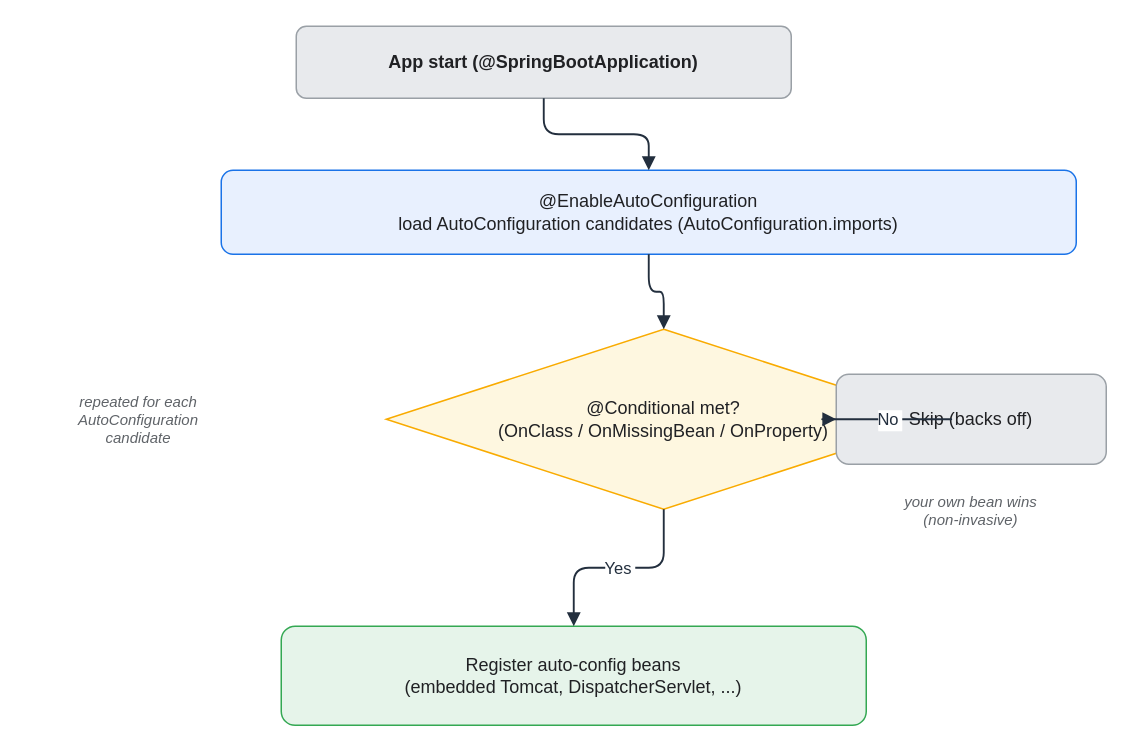
Before: assets/img/spring/spring-07-autoconfiguration-flow.drawio in KKamJi98/kkamji98.github.io, a draw.io diagram. Source tidied: cells renumbered, new cells numbered last; positions are measured from the earlier drawing's top-left corner, leaving out a move shared by most shapes. Both pictures are drawn from the tidied source at 150%, with x=0, y=0 at pixel (26, 26).
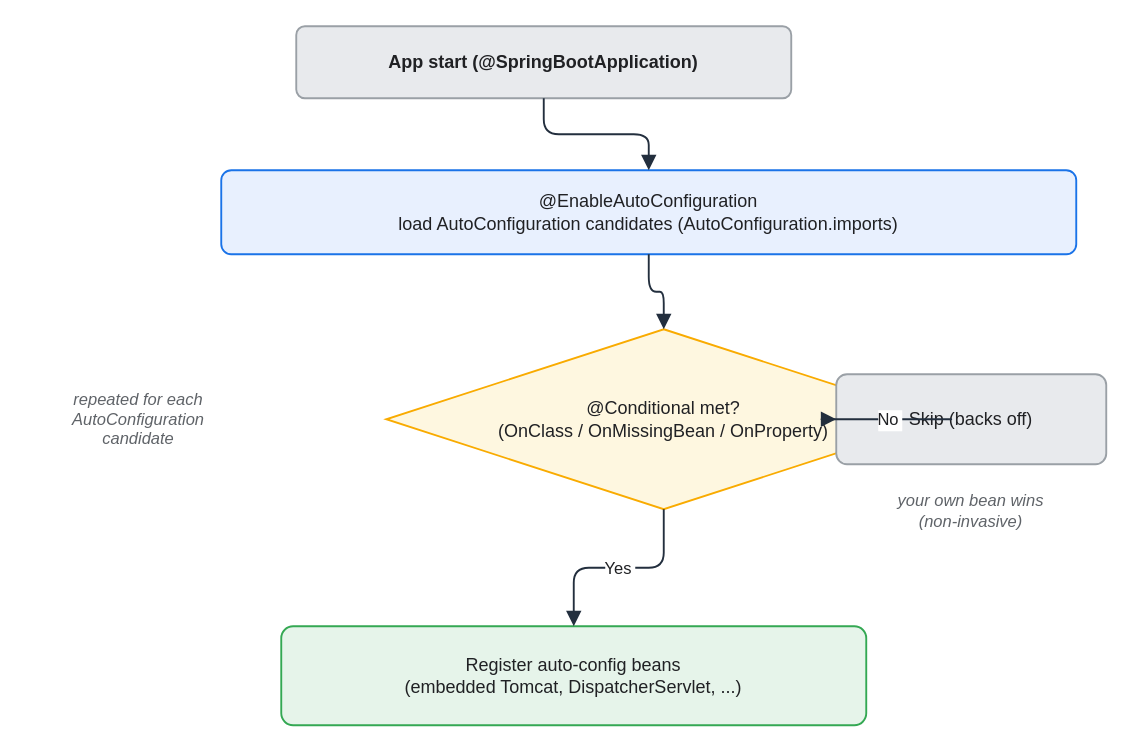
The same diagram, later.

The edit, as a diff of the source:
```diff
@@
 <mxGraphModel background="#FFFFFF">
   <root>
     <mxCell id="0" />
     <mxCell id="1" parent="0" />
-    <mxCell id="2" value="App start (@SpringBootApplication)" style="rounded=1;whiteSpace=wrap;html=0;arcSize=14;shadow=0;fillColor=#E8EAED;strokeColor=#9AA0A6;fontColor=#202124;fontStyle=1;" parent="1" vertex="1">
+    <mxCell id="2" value="App start (@SpringBootApplication)" style="rounded=1;whiteSpace=wrap;html=0;arcSize=12;shadow=0;fillColor=#E8EAED;strokeColor=#9AA0A6;fontColor=#202124;fontStyle=1;strokeWidth=1.25;" parent="1" vertex="1">
       <mxGeometry x="180" width="330" height="48" as="geometry" />
     </mxCell>
-    <mxCell id="3" value="@EnableAutoConfiguration&#10;load AutoConfiguration candidates (AutoConfiguration.imports)" style="rounded=1;whiteSpace=wrap;html=0;arcSize=14;shadow=0;fillColor=#E8F0FE;strokeColor=#1A73E8;fontColor=#202124;" parent="1" vertex="1">
+    <mxCell id="3" value="@EnableAutoConfiguration&#10;load AutoConfiguration candidates (AutoConfiguration.imports)" style="rounded=1;whiteSpace=wrap;html=0;arcSize=12;shadow=0;fillColor=#E8F0FE;strokeColor=#1A73E8;fontColor=#202124;strokeWidth=1.25;" parent="1" vertex="1">
       <mxGeometry x="130" y="96" width="570" height="56" as="geometry" />
     </mxCell>
-    <mxCell id="4" value="@Conditional met?&#10;(OnClass / OnMissingBean / OnProperty)" style="rhombus;whiteSpace=wrap;html=0;shadow=0;fillColor=#FEF7E0;strokeColor=#F9AB00;fontColor=#202124;" parent="1" vertex="1">
+    <mxCell id="4" value="@Conditional met?&#10;(OnClass / OnMissingBean / OnProperty)" style="rhombus;whiteSpace=wrap;html=0;shadow=0;fillColor=#FEF7E0;strokeColor=#F9AB00;fontColor=#202124;strokeWidth=1.25;" parent="1" vertex="1">
       <mxGeometry x="240" y="202" width="370" height="120" as="geometry" />
     </mxCell>
-    <mxCell id="5" value="Register auto-config beans&#10;(embedded Tomcat, DispatcherServlet, ...)" style="rounded=1;whiteSpace=wrap;html=0;arcSize=14;shadow=0;fillColor=#E6F4EA;strokeColor=#34A853;fontColor=#202124;" parent="1" vertex="1">
+    <mxCell id="5" value="Register auto-config beans&#10;(embedded Tomcat, DispatcherServlet, ...)" style="rounded=1;whiteSpace=wrap;html=0;arcSize=12;shadow=0;fillColor=#E6F4EA;strokeColor=#34A853;fontColor=#202124;strokeWidth=1.25;" parent="1" vertex="1">
       <mxGeometry x="170" y="400" width="390" height="66" as="geometry" />
     </mxCell>
-    <mxCell id="6" value="Skip (backs off)" style="rounded=1;whiteSpace=wrap;html=0;arcSize=14;shadow=0;fillColor=#E8EAED;strokeColor=#9AA0A6;fontColor=#202124;" parent="1" vertex="1">
+    <mxCell id="6" value="Skip (backs off)" style="rounded=1;whiteSpace=wrap;html=0;arcSize=12;shadow=0;fillColor=#E8EAED;strokeColor=#9AA0A6;fontColor=#202124;strokeWidth=1.25;" parent="1" vertex="1">
       <mxGeometry x="540" y="232" width="180" height="60" as="geometry" />
     </mxCell>
-    <mxCell id="7" value="repeated for each&#10;AutoConfiguration&#10;candidate" style="text;html=0;align=center;verticalAlign=middle;whiteSpace=wrap;fontSize=10;fontColor=#5F6368;fontStyle=2;" parent="1" vertex="1">
+    <mxCell id="7" value="repeated for each&#10;AutoConfiguration&#10;candidate" style="text;html=0;align=center;verticalAlign=middle;whiteSpace=wrap;fontSize=11;fontColor=#5F6368;fontStyle=2;" parent="1" vertex="1">
       <mxGeometry y="232" width="150" height="60" as="geometry" />
     </mxCell>
-    <mxCell id="8" value="your own bean wins&#10;(non-invasive)" style="text;html=0;align=center;verticalAlign=middle;whiteSpace=wrap;fontSize=10;fontColor=#5F6368;fontStyle=2;" parent="1" vertex="1">
+    <mxCell id="8" value="your own bean wins&#10;(non-invasive)" style="text;html=0;align=center;verticalAlign=middle;whiteSpace=wrap;fontSize=11;fontColor=#5F6368;fontStyle=2;" parent="1" vertex="1">
       <mxGeometry x="540" y="300" width="180" height="45" as="geometry" />
     </mxCell>
-    <mxCell id="9" style="edgeStyle=orthogonalEdgeStyle;rounded=1;html=0;strokeColor=#232F3E;fontColor=#232F3E;labelBackgroundColor=none;endArrow=block;exitX=0.5;exitY=1;exitDx=0;exitDy=0;entryX=0.5;entryY=0;entryDx=0;entryDy=0;strokeWidth=1.25;" parent="1" edge="1" source="2" target="3">
+    <mxCell id="9" style="edgeStyle=orthogonalEdgeStyle;rounded=1;html=0;strokeColor=#232F3E;fontColor=#202124;labelBackgroundColor=none;endArrow=block;exitX=0.5;exitY=1;exitDx=0;exitDy=0;entryX=0.5;entryY=0;entryDx=0;entryDy=0;strokeWidth=1.25;endSize=7;" parent="1" edge="1" source="2" target="3">
       <mxGeometry relative="1" as="geometry" />
     </mxCell>
-    <mxCell id="10" style="edgeStyle=orthogonalEdgeStyle;rounded=1;html=0;strokeColor=#232F3E;fontColor=#232F3E;labelBackgroundColor=none;endArrow=block;exitX=0.5;exitY=1;exitDx=0;exitDy=0;entryX=0.5;entryY=0;entryDx=0;entryDy=0;strokeWidth=1.25;" parent="1" edge="1" source="3" target="4">
+    <mxCell id="10" style="edgeStyle=orthogonalEdgeStyle;rounded=1;html=0;strokeColor=#232F3E;fontColor=#202124;labelBackgroundColor=none;endArrow=block;exitX=0.5;exitY=1;exitDx=0;exitDy=0;entryX=0.5;entryY=0;entryDx=0;entryDy=0;strokeWidth=1.25;endSize=7;" parent="1" edge="1" source="3" target="4">
       <mxGeometry relative="1" as="geometry" />
     </mxCell>
-    <mxCell id="11" value="Yes" style="edgeStyle=orthogonalEdgeStyle;rounded=1;html=0;fontColor=#232F3E;strokeColor=#232F3E;labelBackgroundColor=#FFFFFF;endArrow=block;exitX=0.5;exitY=1;exitDx=0;exitDy=0;entryX=0.5;entryY=0;entryDx=0;entryDy=0;strokeWidth=1.25;" parent="1" edge="1" source="4" target="5">
+    <mxCell id="11" value="Yes" style="edgeStyle=orthogonalEdgeStyle;rounded=1;html=0;fontColor=#202124;strokeColor=#232F3E;labelBackgroundColor=#FFFFFF;endArrow=block;exitX=0.5;exitY=1;exitDx=0;exitDy=0;entryX=0.5;entryY=0;entryDx=0;entryDy=0;strokeWidth=1.25;endSize=7;" parent="1" edge="1" source="4" target="5">
       <mxGeometry relative="1" as="geometry" />
     </mxCell>
-    <mxCell id="12" value="No" style="edgeStyle=orthogonalEdgeStyle;rounded=1;html=0;fontColor=#232F3E;strokeColor=#232F3E;labelBackgroundColor=#FFFFFF;endArrow=block;exitX=1;exitY=0.5;exitDx=0;exitDy=0;entryX=0;entryY=0.5;entryDx=0;entryDy=0;strokeWidth=1.25;" parent="1" edge="1" source="4" target="6">
+    <mxCell id="12" value="No" style="edgeStyle=orthogonalEdgeStyle;rounded=1;html=0;fontColor=#202124;strokeColor=#232F3E;labelBackgroundColor=#FFFFFF;endArrow=block;exitX=1;exitY=0.5;exitDx=0;exitDy=0;entryX=0;entryY=0.5;entryDx=0;entryDy=0;strokeWidth=1.25;endSize=7;" parent="1" edge="1" source="4" target="6">
       <mxGeometry relative="1" as="geometry" />
     </mxCell>
   </root>
 </mxGraphModel>
```
